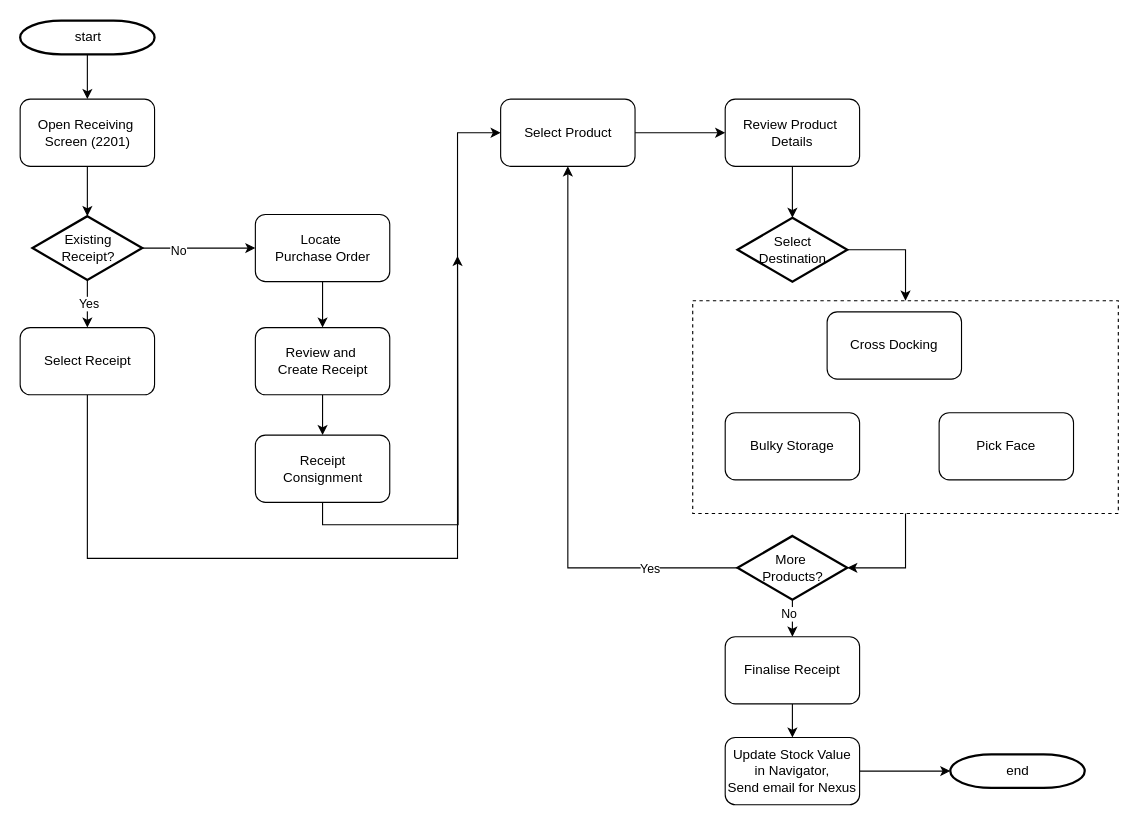
The draw.io diagram Receiving.drawio in ZTomChen/NavigatorFlowcharts, before the edit. Source tidied: cells renumbered, new cells numbered last; positions are measured from the earlier drawing's top-left corner, leaving out a move shared by most shapes. Both pictures are drawn from the tidied source at 112%, with x=0, y=0 at pixel (20, 20).
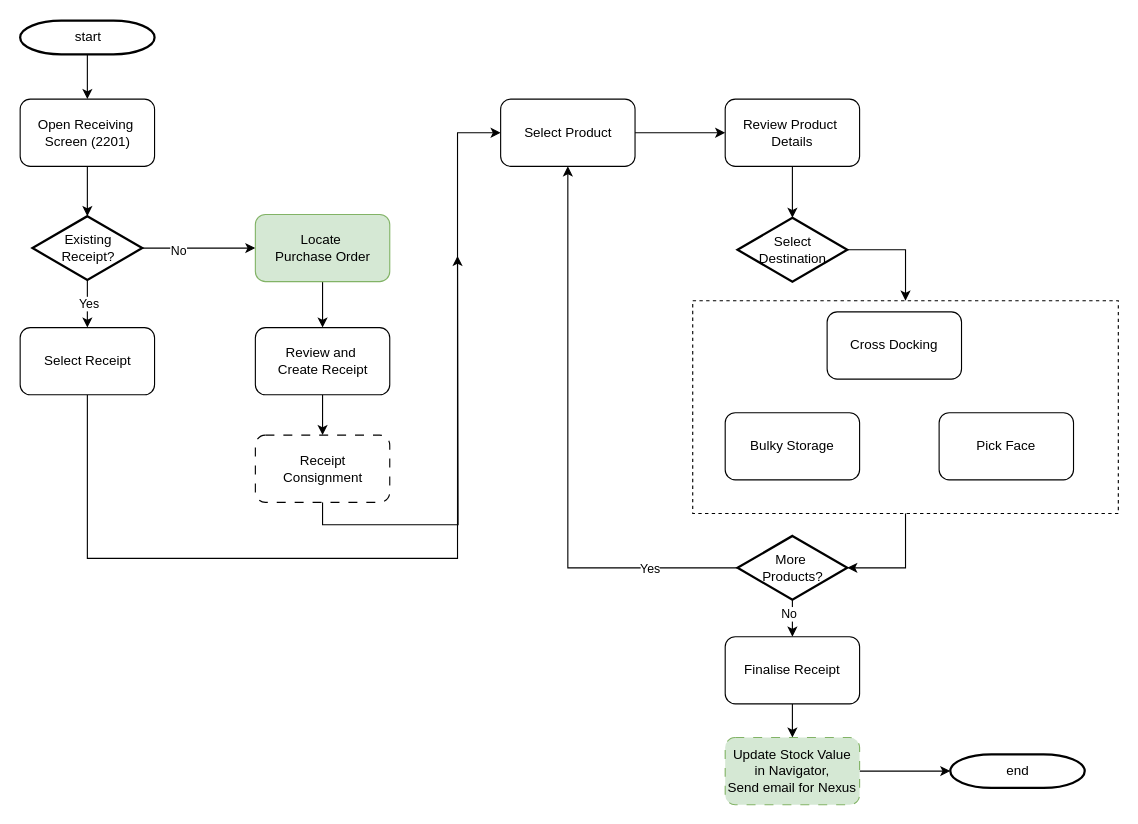
The same page after the edit.

The edit, as a diff of the source:
```diff
@@
-    <mxCell id="14" value="&lt;span style=&quot;text-wrap-mode: nowrap;&quot;&gt;Receipt&lt;/span&gt;&lt;div style=&quot;text-wrap-mode: nowrap;&quot;&gt;Consignment&lt;/div&gt;" style="rounded=1;whiteSpace=wrap;html=1;" parent="1" vertex="1">
+    <mxCell id="14" value="&lt;span style=&quot;text-wrap-mode: nowrap;&quot;&gt;Receipt&lt;/span&gt;&lt;div style=&quot;text-wrap-mode: nowrap;&quot;&gt;Consignment&lt;/div&gt;" style="rounded=1;whiteSpace=wrap;html=1;dashed=1;dashPattern=8 8;" parent="1" vertex="1">
       <mxGeometry x="209.5" y="370" width="120" height="60" as="geometry" />
     </mxCell>
@@
-    <mxCell id="18" value="&lt;span style=&quot;text-wrap-mode: nowrap;&quot;&gt;Locate&amp;nbsp;&lt;/span&gt;&lt;div style=&quot;text-wrap-mode: nowrap;&quot;&gt;Purchase Order&lt;/div&gt;" style="rounded=1;whiteSpace=wrap;html=1;" parent="1" vertex="1">
+    <mxCell id="18" value="&lt;span style=&quot;text-wrap-mode: nowrap;&quot;&gt;Locate&amp;nbsp;&lt;/span&gt;&lt;div style=&quot;text-wrap-mode: nowrap;&quot;&gt;Purchase Order&lt;/div&gt;" style="rounded=1;whiteSpace=wrap;html=1;fillColor=#d5e8d4;strokeColor=#82b366;" parent="1" vertex="1">
       <mxGeometry x="209.5" y="173" width="120" height="60" as="geometry" />
     </mxCell>
@@
-    <mxCell id="40" value="&lt;span style=&quot;text-wrap-mode: nowrap;&quot;&gt;Update Stock Value&lt;/span&gt;&lt;div&gt;&lt;span style=&quot;text-wrap-mode: nowrap;&quot;&gt;in Navigator,&lt;/span&gt;&lt;/div&gt;&lt;div&gt;&lt;span style=&quot;text-wrap-mode: nowrap;&quot;&gt;Send email for Nexus&lt;/span&gt;&lt;/div&gt;" style="rounded=1;whiteSpace=wrap;html=1;" parent="1" vertex="1">
+    <mxCell id="40" value="&lt;span style=&quot;text-wrap-mode: nowrap;&quot;&gt;Update Stock Value&lt;/span&gt;&lt;div&gt;&lt;span style=&quot;text-wrap-mode: nowrap;&quot;&gt;in Navigator,&lt;/span&gt;&lt;/div&gt;&lt;div&gt;&lt;span style=&quot;text-wrap-mode: nowrap;&quot;&gt;Send email for Nexus&lt;/span&gt;&lt;/div&gt;" style="rounded=1;whiteSpace=wrap;html=1;dashed=1;dashPattern=8 8;fillColor=#d5e8d4;strokeColor=#82b366;" parent="1" vertex="1">
       <mxGeometry x="629" y="640" width="120" height="60" as="geometry" />
     </mxCell>
```
